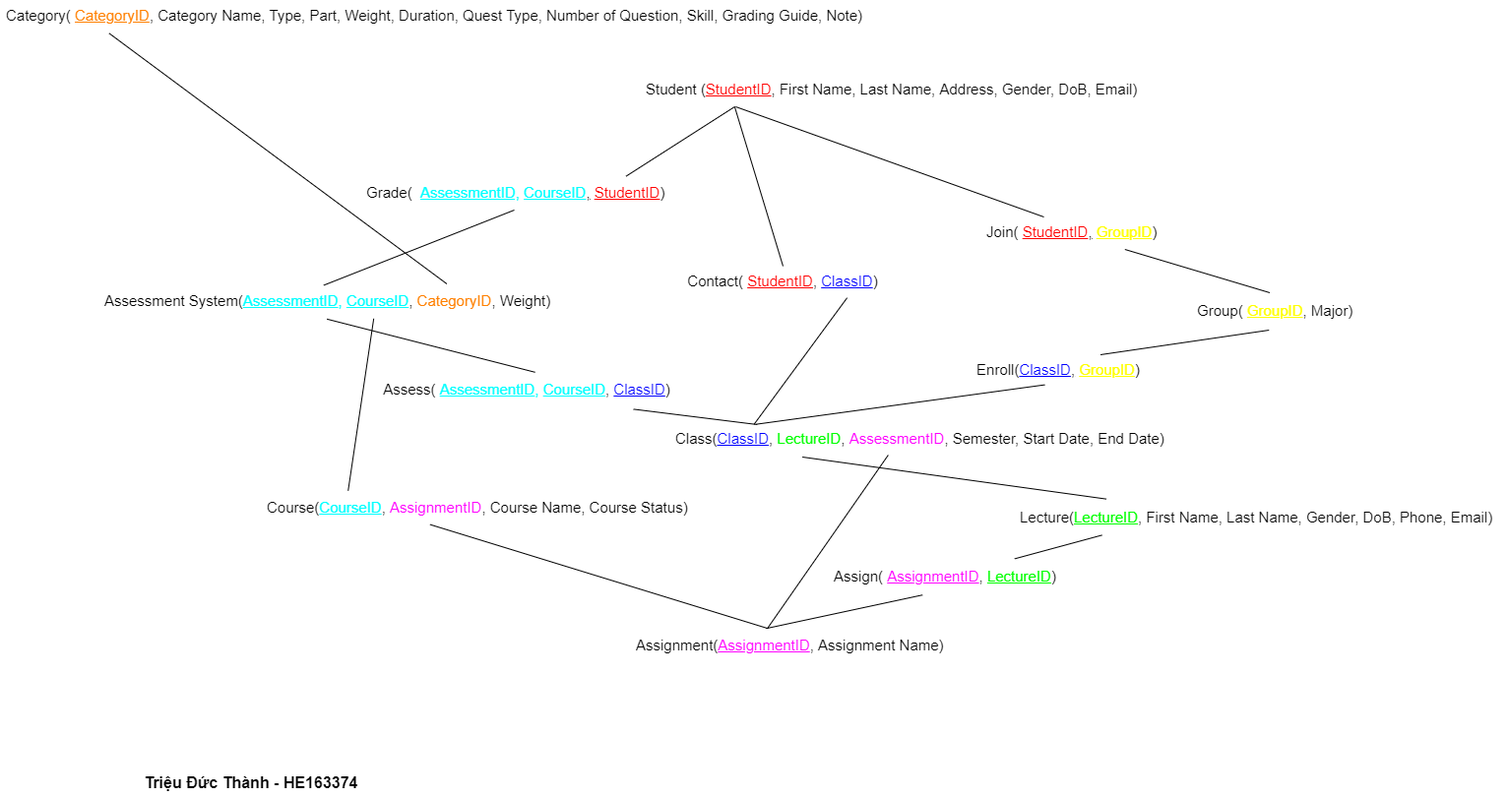
Earlier version of the draw.io export Tables_Assignment_DBI.png (thajnh30cm/DBI202_ASG). Source tidied: cells renumbered, new cells last; positions are measured from the earlier drawing's top-left corner, leaving out a move shared by most shapes. The source it was exported from:
```xml
<mxGraphModel>
  <root>
    <mxCell id="0" />
    <mxCell id="1" parent="0" />
    <mxCell id="2" value="Student (&lt;u style=&quot;font-size: 15px;&quot;&gt;&lt;font color=&quot;#ff0000&quot; style=&quot;font-size: 15px;&quot;&gt;StudentID&lt;/font&gt;&lt;/u&gt;, First Name, Last Name, Address, Gender, DoB, Email)" style="text;spacingLeft=4;spacingRight=4;overflow=hidden;points=[[0,0.5],[1,0.5]];portConstraint=eastwest;fontSize=15;fontStyle=0;html=1;" parent="1" vertex="1">
      <mxGeometry x="650" y="75" width="510" height="30" as="geometry" />
    </mxCell>
    <mxCell id="3" value="Lecture(&lt;u style=&quot;font-size: 15px;&quot;&gt;&lt;font color=&quot;#00ff00&quot;&gt;LectureID&lt;/font&gt;&lt;/u&gt;, First Name, Last Name, Gender, DoB, Phone, Email)" style="text;strokeColor=none;fillColor=none;spacingLeft=4;spacingRight=4;overflow=hidden;points=[[0,0.5],[1,0.5]];portConstraint=eastwest;fontSize=15;html=1;" parent="1" vertex="1">
      <mxGeometry x="1030" y="510" width="500" height="30" as="geometry" />
    </mxCell>
    <mxCell id="4" value="Group( &lt;u style=&quot;font-size: 15px;&quot;&gt;&lt;font color=&quot;#ffff00&quot;&gt;GroupID&lt;/font&gt;&lt;/u&gt;, Major)" style="text;strokeColor=none;fillColor=none;spacingLeft=4;spacingRight=4;overflow=hidden;points=[[0,0.5],[1,0.5]];portConstraint=eastwest;fontSize=15;html=1;" parent="1" vertex="1">
      <mxGeometry x="1210" y="300" width="250" height="30" as="geometry" />
    </mxCell>
    <mxCell id="5" value="Course(&lt;u style=&quot;font-size: 15px;&quot;&gt;&lt;font color=&quot;#00ffff&quot;&gt;CourseID&lt;/font&gt;&lt;/u&gt;, &lt;font color=&quot;#ff00ff&quot;&gt;AssignmentID&lt;/font&gt;, Course Name, Course Status)" style="text;strokeColor=none;fillColor=none;spacingLeft=4;spacingRight=4;overflow=hidden;points=[[0,0.5],[1,0.5]];portConstraint=eastwest;fontSize=15;html=1;" parent="1" vertex="1">
      <mxGeometry x="265" y="500" width="450" height="30" as="geometry" />
    </mxCell>
    <mxCell id="6" value="Class(&lt;u style=&quot;font-size: 15px;&quot;&gt;&lt;font color=&quot;#0000ff&quot;&gt;ClassID&lt;/font&gt;&lt;/u&gt;, &lt;font color=&quot;#00ff00&quot;&gt;LectureID&lt;/font&gt;, &lt;font color=&quot;#ff00ff&quot;&gt;AssessmentID&lt;/font&gt;, Semester, Start Date, End Date)" style="text;strokeColor=none;fillColor=none;spacingLeft=4;spacingRight=4;overflow=hidden;points=[[0,0.5],[1,0.5]];portConstraint=eastwest;fontSize=15;fontStyle=0;fontColor=default;verticalAlign=top;horizontal=1;html=1;" parent="1" vertex="1">
      <mxGeometry x="680" y="430" width="510" height="30" as="geometry" />
    </mxCell>
    <mxCell id="7" value="Category( &lt;u style=&quot;font-size: 15px;&quot;&gt;&lt;font color=&quot;#ff8000&quot;&gt;CategoryID&lt;/font&gt;&lt;/u&gt;, Category Name, Type, Part, Weight, Duration, Quest Type, Number of Question, Skill, Grading Guide, Note)" style="text;strokeColor=none;fillColor=none;spacingLeft=4;spacingRight=4;overflow=hidden;points=[[0,0.5],[1,0.5]];portConstraint=eastwest;fontSize=15;html=1;" parent="1" vertex="1">
      <mxGeometry width="890" height="30" as="geometry" />
    </mxCell>
    <mxCell id="8" value="Assessment System(&lt;font color=&quot;#00ffff&quot;&gt;&lt;u style=&quot;font-size: 15px;&quot;&gt;AssessmentID&lt;/u&gt;, &lt;u style=&quot;font-size: 15px;&quot;&gt;CourseID&lt;/u&gt;&lt;/font&gt;, &lt;font color=&quot;#ff8000&quot;&gt;CategoryID&lt;/font&gt;, Weight)" style="text;strokeColor=none;fillColor=none;spacingLeft=4;spacingRight=4;overflow=hidden;points=[[0,0.5],[1,0.5]];portConstraint=eastwest;fontSize=15;html=1;" parent="1" vertex="1">
      <mxGeometry x="100" y="290" width="470" height="30" as="geometry" />
    </mxCell>
    <mxCell id="9" value="Assignment(&lt;u style=&quot;font-size: 15px;&quot;&gt;&lt;font color=&quot;#ff00ff&quot;&gt;AssignmentID&lt;/font&gt;&lt;/u&gt;, Assignment Name)" style="text;strokeColor=none;fillColor=none;spacingLeft=4;spacingRight=4;overflow=hidden;points=[[0,0.5],[1,0.5]];portConstraint=eastwest;fontSize=15;html=1;" parent="1" vertex="1">
      <mxGeometry x="640" y="640" width="330" height="30" as="geometry" />
    </mxCell>
    <mxCell id="10" value="Join( &lt;u style=&quot;font-size: 15px;&quot;&gt;&lt;font color=&quot;#ff0000&quot;&gt;StudentID&lt;/font&gt;,&lt;/u&gt;&lt;span style=&quot;font-size: 15px;&quot;&gt; &lt;u&gt;&lt;font color=&quot;#ffff00&quot;&gt;GroupID&lt;/font&gt;&lt;/u&gt;&lt;/span&gt;)" style="text;html=1;strokeColor=none;fillColor=none;align=left;verticalAlign=middle;whiteSpace=wrap;rounded=0;fontSize=15;fontColor=default;" parent="1" vertex="1">
      <mxGeometry x="1000" y="220" width="240" height="30" as="geometry" />
    </mxCell>
    <mxCell id="11" value="Grade( &amp;nbsp;&lt;u&gt;&lt;font color=&quot;#00ffff&quot;&gt;AssessmentID,&lt;/font&gt;&lt;/u&gt; &lt;u&gt;&lt;font color=&quot;#00ffff&quot;&gt;CourseID&lt;/font&gt;,&lt;/u&gt;&amp;nbsp;&lt;u&gt;&lt;font color=&quot;#ff0000&quot;&gt;StudentID&lt;/font&gt;&lt;/u&gt;)" style="text;html=1;strokeColor=none;fillColor=none;align=left;verticalAlign=middle;whiteSpace=wrap;rounded=0;fontSize=15;fontColor=default;" parent="1" vertex="1">
      <mxGeometry x="370" y="180" width="320" height="30" as="geometry" />
    </mxCell>
    <mxCell id="12" value="Contact( &lt;u&gt;&lt;font color=&quot;#ff0000&quot;&gt;StudentID&lt;/font&gt;,&lt;/u&gt; &lt;u&gt;&lt;font color=&quot;#0000ff&quot;&gt;ClassID&lt;/font&gt;&lt;/u&gt;)" style="text;html=1;strokeColor=none;fillColor=none;align=center;verticalAlign=middle;whiteSpace=wrap;rounded=0;fontSize=15;fontColor=default;" parent="1" vertex="1">
      <mxGeometry x="620" y="270" width="350" height="30" as="geometry" />
    </mxCell>
    <mxCell id="13" value="Enroll(&lt;u&gt;&lt;font color=&quot;#0000ff&quot;&gt;ClassID&lt;/font&gt;,&lt;/u&gt; &lt;u&gt;&lt;font color=&quot;#ffff00&quot;&gt;GroupID&lt;/font&gt;&lt;/u&gt;)" style="text;html=1;strokeColor=none;fillColor=none;align=center;verticalAlign=middle;whiteSpace=wrap;rounded=0;fontSize=15;fontColor=default;" parent="1" vertex="1">
      <mxGeometry x="990" y="360" width="170" height="30" as="geometry" />
    </mxCell>
    <mxCell id="14" value="Assess(&amp;nbsp;&lt;font color=&quot;#00ffff&quot;&gt;&lt;u&gt;AssessmentID&lt;/u&gt;, &lt;u&gt;CourseID&lt;/u&gt;&lt;/font&gt;,&amp;nbsp;&lt;u&gt;&lt;font color=&quot;#0000ff&quot;&gt;ClassID&lt;/font&gt;&lt;/u&gt;)" style="text;html=1;strokeColor=none;fillColor=none;align=center;verticalAlign=middle;whiteSpace=wrap;rounded=0;fontSize=15;fontColor=default;" parent="1" vertex="1">
      <mxGeometry x="380" y="380" width="310" height="30" as="geometry" />
    </mxCell>
    <mxCell id="15" value="Assign( &lt;u&gt;&lt;font color=&quot;#ff00ff&quot;&gt;AssignmentID&lt;/font&gt;,&lt;/u&gt;&amp;nbsp;&lt;u&gt;&lt;font color=&quot;#00ff00&quot;&gt;LectureID&lt;/font&gt;&lt;/u&gt;)" style="text;html=1;strokeColor=none;fillColor=none;align=center;verticalAlign=middle;whiteSpace=wrap;rounded=0;fontSize=15;fontColor=default;" parent="1" vertex="1">
      <mxGeometry x="840" y="570" width="240" height="30" as="geometry" />
    </mxCell>
    <mxCell id="16" style="endArrow=none;html=1;rounded=0;fontSize=15;fontColor=default;exitX=0.83;exitY=-0.047;exitDx=0;exitDy=0;entryX=0.188;entryY=1.1;entryDx=0;entryDy=0;entryPerimeter=0;exitPerimeter=0;" parent="1" edge="1" source="11" target="2">
      <mxGeometry relative="1" as="geometry" />
    </mxCell>
    <mxCell id="17" style="endArrow=none;html=1;rounded=0;fontSize=15;fontColor=default;exitX=0.5;exitY=0;exitDx=0;exitDy=0;entryX=0.188;entryY=1.1;entryDx=0;entryDy=0;entryPerimeter=0;" parent="1" edge="1" source="12" target="2">
      <mxGeometry relative="1" as="geometry" />
    </mxCell>
    <mxCell id="18" style="endArrow=none;html=1;rounded=0;fontSize=15;fontColor=default;entryX=0.318;entryY=-0.1;entryDx=0;entryDy=0;entryPerimeter=0;exitX=0.593;exitY=1.1;exitDx=0;exitDy=0;exitPerimeter=0;" parent="1" edge="1" source="10" target="4">
      <mxGeometry relative="1" as="geometry" />
    </mxCell>
    <mxCell id="19" style="endArrow=none;html=1;rounded=0;fontSize=15;fontColor=default;exitX=0.25;exitY=0;exitDx=0;exitDy=0;entryX=0.19;entryY=1.1;entryDx=0;entryDy=0;entryPerimeter=0;" parent="1" edge="1" source="10" target="2">
      <mxGeometry relative="1" as="geometry" />
    </mxCell>
    <mxCell id="20" style="endArrow=none;html=1;rounded=0;fontSize=15;fontColor=default;entryX=0.686;entryY=1.073;entryDx=0;entryDy=0;entryPerimeter=0;exitX=0.168;exitY=0.02;exitDx=0;exitDy=0;exitPerimeter=0;" parent="1" edge="1" source="6" target="12">
      <mxGeometry relative="1" as="geometry" />
    </mxCell>
    <mxCell id="21" style="endArrow=none;html=1;rounded=0;fontSize=15;fontColor=default;entryX=0.173;entryY=0.02;entryDx=0;entryDy=0;entryPerimeter=0;exitX=0.417;exitY=1.02;exitDx=0;exitDy=0;exitPerimeter=0;" parent="1" edge="1" source="13" target="6">
      <mxGeometry relative="1" as="geometry" />
    </mxCell>
    <mxCell id="22" style="endArrow=none;html=1;rounded=0;fontSize=15;fontColor=default;entryX=0.315;entryY=1.167;entryDx=0;entryDy=0;entryPerimeter=0;exitX=0.75;exitY=0;exitDx=0;exitDy=0;" parent="1" edge="1" source="13" target="4">
      <mxGeometry relative="1" as="geometry" />
    </mxCell>
    <mxCell id="23" style="endArrow=none;html=1;rounded=0;fontSize=15;fontColor=default;entryX=0.475;entryY=1.1;entryDx=0;entryDy=0;entryPerimeter=0;exitX=0.486;exitY=-0.02;exitDx=0;exitDy=0;exitPerimeter=0;" parent="1" edge="1" source="8" target="11">
      <mxGeometry relative="1" as="geometry" />
    </mxCell>
    <mxCell id="24" style="endArrow=none;html=1;rounded=0;fontSize=15;fontColor=default;entryX=0.849;entryY=1.18;entryDx=0;entryDy=0;entryPerimeter=0;exitX=0.174;exitY=0.033;exitDx=0;exitDy=0;exitPerimeter=0;" parent="1" edge="1" source="6" target="14">
      <mxGeometry relative="1" as="geometry" />
    </mxCell>
    <mxCell id="25" style="endArrow=none;html=1;rounded=0;fontSize=15;fontColor=default;entryX=0.526;entryY=-0.073;entryDx=0;entryDy=0;entryPerimeter=0;exitX=0.493;exitY=1.127;exitDx=0;exitDy=0;exitPerimeter=0;" parent="1" edge="1" source="8" target="14">
      <mxGeometry relative="1" as="geometry" />
    </mxCell>
    <mxCell id="26" style="endArrow=none;html=1;rounded=0;fontSize=15;fontColor=default;entryX=0.178;entryY=1.113;entryDx=0;entryDy=0;entryPerimeter=0;exitX=0.793;exitY=-0.087;exitDx=0;exitDy=0;exitPerimeter=0;" parent="1" edge="1" source="15" target="3">
      <mxGeometry relative="1" as="geometry" />
    </mxCell>
    <mxCell id="27" style="endArrow=none;html=1;rounded=0;fontSize=15;fontColor=default;exitX=0.418;exitY=-0.06;exitDx=0;exitDy=0;exitPerimeter=0;entryX=0.403;entryY=1.14;entryDx=0;entryDy=0;entryPerimeter=0;" parent="1" edge="1" source="9" target="15">
      <mxGeometry relative="1" as="geometry" />
    </mxCell>
    <mxCell id="28" style="endArrow=none;html=1;rounded=0;fontSize=15;fontColor=default;entryX=0.423;entryY=-0.06;entryDx=0;entryDy=0;entryPerimeter=0;exitX=0.381;exitY=1.087;exitDx=0;exitDy=0;exitPerimeter=0;" parent="1" edge="1" source="5" target="9">
      <mxGeometry relative="1" as="geometry" />
    </mxCell>
    <mxCell id="29" style="endArrow=none;html=1;rounded=0;fontSize=15;fontColor=default;exitX=0.196;exitY=-0.06;exitDx=0;exitDy=0;exitPerimeter=0;entryX=0.594;entryY=1.111;entryDx=0;entryDy=0;entryPerimeter=0;" parent="1" edge="1" source="5" target="8">
      <mxGeometry relative="1" as="geometry" />
    </mxCell>
    <mxCell id="30" style="endArrow=none;html=1;rounded=0;fontSize=15;fontColor=default;exitX=0.752;exitY=-0.067;exitDx=0;exitDy=0;exitPerimeter=0;entryX=0.124;entryY=1.111;entryDx=0;entryDy=0;entryPerimeter=0;" parent="1" edge="1" source="8" target="7">
      <mxGeometry relative="1" as="geometry" />
    </mxCell>
    <mxCell id="31" style="endArrow=none;html=1;rounded=0;fontSize=15;fontColor=default;entryX=0.187;entryY=-0.111;entryDx=0;entryDy=0;entryPerimeter=0;exitX=0.264;exitY=1.133;exitDx=0;exitDy=0;exitPerimeter=0;" parent="1" edge="1" source="6" target="3">
      <mxGeometry relative="1" as="geometry" />
    </mxCell>
    <mxCell id="32" style="endArrow=none;html=1;rounded=0;fontSize=15;fontColor=#FF00FF;exitX=0.422;exitY=-0.067;exitDx=0;exitDy=0;exitPerimeter=0;entryX=0.435;entryY=1.067;entryDx=0;entryDy=0;entryPerimeter=0;" parent="1" edge="1" source="9" target="6">
      <mxGeometry relative="1" as="geometry" />
    </mxCell>
    <mxCell id="33" value="Triệu Đức Thành - HE163374" style="text;html=1;strokeColor=none;fillColor=none;align=center;verticalAlign=middle;whiteSpace=wrap;rounded=0;labelBackgroundColor=#FFFFFF;fontSize=16;fontColor=#000000;fontStyle=1;" parent="1" vertex="1">
      <mxGeometry x="140" y="780" width="230" height="30" as="geometry" />
    </mxCell>
  </root>
</mxGraphModel>
```
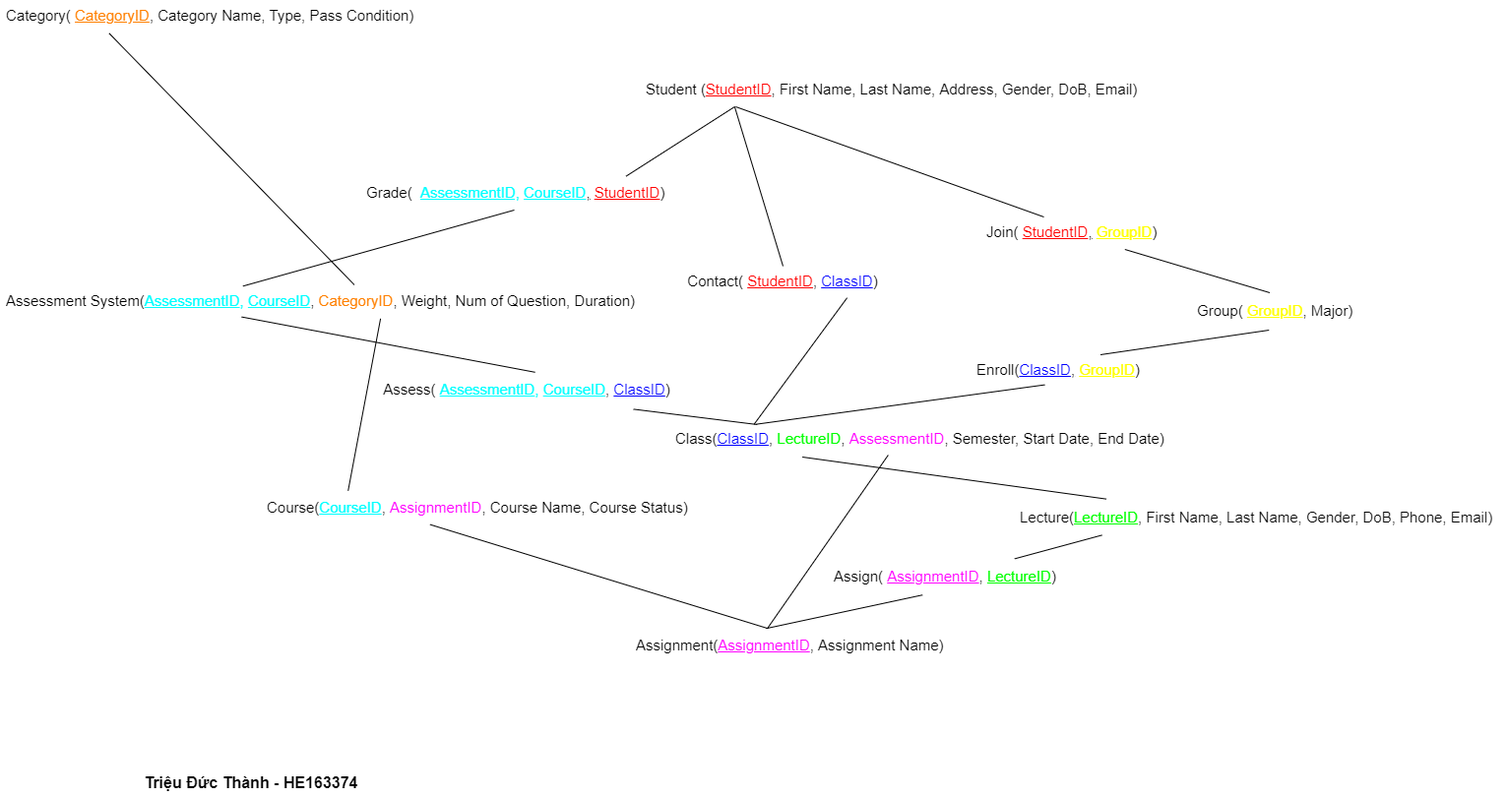
Above is the later version.

Change to the diagram source:
```diff
@@ -17,11 +17,11 @@
     <mxCell id="6" value="Class(&lt;u style=&quot;font-size: 15px;&quot;&gt;&lt;font color=&quot;#0000ff&quot;&gt;ClassID&lt;/font&gt;&lt;/u&gt;, &lt;font color=&quot;#00ff00&quot;&gt;LectureID&lt;/font&gt;, &lt;font color=&quot;#ff00ff&quot;&gt;AssessmentID&lt;/font&gt;, Semester, Start Date, End Date)" style="text;strokeColor=none;fillColor=none;spacingLeft=4;spacingRight=4;overflow=hidden;points=[[0,0.5],[1,0.5]];portConstraint=eastwest;fontSize=15;fontStyle=0;fontColor=default;verticalAlign=top;horizontal=1;html=1;" parent="1" vertex="1">
       <mxGeometry x="680" y="430" width="510" height="30" as="geometry" />
     </mxCell>
-    <mxCell id="7" value="Category( &lt;u style=&quot;font-size: 15px;&quot;&gt;&lt;font color=&quot;#ff8000&quot;&gt;CategoryID&lt;/font&gt;&lt;/u&gt;, Category Name, Type, Part, Weight, Duration, Quest Type, Number of Question, Skill, Grading Guide, Note)" style="text;strokeColor=none;fillColor=none;spacingLeft=4;spacingRight=4;overflow=hidden;points=[[0,0.5],[1,0.5]];portConstraint=eastwest;fontSize=15;html=1;" parent="1" vertex="1">
+    <mxCell id="7" value="Category( &lt;u style=&quot;font-size: 15px;&quot;&gt;&lt;font color=&quot;#ff8000&quot;&gt;CategoryID&lt;/font&gt;&lt;/u&gt;, Category Name, Type, Pass Condition)" style="text;strokeColor=none;fillColor=none;spacingLeft=4;spacingRight=4;overflow=hidden;points=[[0,0.5],[1,0.5]];portConstraint=eastwest;fontSize=15;html=1;" parent="1" vertex="1">
       <mxGeometry width="890" height="30" as="geometry" />
     </mxCell>
-    <mxCell id="8" value="Assessment System(&lt;font color=&quot;#00ffff&quot;&gt;&lt;u style=&quot;font-size: 15px;&quot;&gt;AssessmentID&lt;/u&gt;, &lt;u style=&quot;font-size: 15px;&quot;&gt;CourseID&lt;/u&gt;&lt;/font&gt;, &lt;font color=&quot;#ff8000&quot;&gt;CategoryID&lt;/font&gt;, Weight)" style="text;strokeColor=none;fillColor=none;spacingLeft=4;spacingRight=4;overflow=hidden;points=[[0,0.5],[1,0.5]];portConstraint=eastwest;fontSize=15;html=1;" parent="1" vertex="1">
-      <mxGeometry x="100" y="290" width="470" height="30" as="geometry" />
+    <mxCell id="8" value="Assessment System(&lt;font color=&quot;#00ffff&quot;&gt;&lt;u style=&quot;font-size: 15px;&quot;&gt;AssessmentID&lt;/u&gt;, &lt;u style=&quot;font-size: 15px;&quot;&gt;CourseID&lt;/u&gt;&lt;/font&gt;, &lt;font color=&quot;#ff8000&quot;&gt;CategoryID&lt;/font&gt;, Weight, Num of Question, Duration)" style="text;strokeColor=none;fillColor=none;spacingLeft=4;spacingRight=4;overflow=hidden;points=[[0,0.5],[1,0.5]];portConstraint=eastwest;fontSize=15;html=1;" parent="1" vertex="1">
+      <mxGeometry y="290" width="650" height="30" as="geometry" />
     </mxCell>
     <mxCell id="9" value="Assignment(&lt;u style=&quot;font-size: 15px;&quot;&gt;&lt;font color=&quot;#ff00ff&quot;&gt;AssignmentID&lt;/font&gt;&lt;/u&gt;, Assignment Name)" style="text;strokeColor=none;fillColor=none;spacingLeft=4;spacingRight=4;overflow=hidden;points=[[0,0.5],[1,0.5]];portConstraint=eastwest;fontSize=15;html=1;" parent="1" vertex="1">
       <mxGeometry x="640" y="640" width="330" height="30" as="geometry" />
@@ -65,13 +65,13 @@
     <mxCell id="22" style="endArrow=none;html=1;rounded=0;fontSize=15;fontColor=default;entryX=0.315;entryY=1.167;entryDx=0;entryDy=0;entryPerimeter=0;exitX=0.75;exitY=0;exitDx=0;exitDy=0;" parent="1" edge="1" source="13" target="4">
       <mxGeometry relative="1" as="geometry" />
     </mxCell>
-    <mxCell id="23" style="endArrow=none;html=1;rounded=0;fontSize=15;fontColor=default;entryX=0.475;entryY=1.1;entryDx=0;entryDy=0;entryPerimeter=0;exitX=0.486;exitY=-0.02;exitDx=0;exitDy=0;exitPerimeter=0;" parent="1" edge="1" source="8" target="11">
+    <mxCell id="23" style="endArrow=none;html=1;rounded=0;fontSize=15;fontColor=default;entryX=0.475;entryY=1.1;entryDx=0;entryDy=0;entryPerimeter=0;exitX=0.379;exitY=0.01;exitDx=0;exitDy=0;exitPerimeter=0;" parent="1" edge="1" source="8" target="11">
       <mxGeometry relative="1" as="geometry" />
     </mxCell>
     <mxCell id="24" style="endArrow=none;html=1;rounded=0;fontSize=15;fontColor=default;entryX=0.849;entryY=1.18;entryDx=0;entryDy=0;entryPerimeter=0;exitX=0.174;exitY=0.033;exitDx=0;exitDy=0;exitPerimeter=0;" parent="1" edge="1" source="6" target="14">
       <mxGeometry relative="1" as="geometry" />
     </mxCell>
-    <mxCell id="25" style="endArrow=none;html=1;rounded=0;fontSize=15;fontColor=default;entryX=0.526;entryY=-0.073;entryDx=0;entryDy=0;entryPerimeter=0;exitX=0.493;exitY=1.127;exitDx=0;exitDy=0;exitPerimeter=0;" parent="1" edge="1" source="8" target="14">
+    <mxCell id="25" style="endArrow=none;html=1;rounded=0;fontSize=15;fontColor=default;entryX=0.526;entryY=-0.073;entryDx=0;entryDy=0;entryPerimeter=0;exitX=0.377;exitY=1.054;exitDx=0;exitDy=0;exitPerimeter=0;" parent="1" edge="1" source="8" target="14">
       <mxGeometry relative="1" as="geometry" />
     </mxCell>
     <mxCell id="26" style="endArrow=none;html=1;rounded=0;fontSize=15;fontColor=default;entryX=0.178;entryY=1.113;entryDx=0;entryDy=0;entryPerimeter=0;exitX=0.793;exitY=-0.087;exitDx=0;exitDy=0;exitPerimeter=0;" parent="1" edge="1" source="15" target="3">
@@ -86,7 +86,7 @@
     <mxCell id="29" style="endArrow=none;html=1;rounded=0;fontSize=15;fontColor=default;exitX=0.196;exitY=-0.06;exitDx=0;exitDy=0;exitPerimeter=0;entryX=0.594;entryY=1.111;entryDx=0;entryDy=0;entryPerimeter=0;" parent="1" edge="1" source="5" target="8">
       <mxGeometry relative="1" as="geometry" />
     </mxCell>
-    <mxCell id="30" style="endArrow=none;html=1;rounded=0;fontSize=15;fontColor=default;exitX=0.752;exitY=-0.067;exitDx=0;exitDy=0;exitPerimeter=0;entryX=0.124;entryY=1.111;entryDx=0;entryDy=0;entryPerimeter=0;" parent="1" edge="1" source="8" target="7">
+    <mxCell id="30" style="endArrow=none;html=1;rounded=0;fontSize=15;fontColor=default;exitX=0.553;exitY=-0.036;exitDx=0;exitDy=0;exitPerimeter=0;entryX=0.124;entryY=1.111;entryDx=0;entryDy=0;entryPerimeter=0;" parent="1" edge="1" source="8" target="7">
       <mxGeometry relative="1" as="geometry" />
     </mxCell>
     <mxCell id="31" style="endArrow=none;html=1;rounded=0;fontSize=15;fontColor=default;entryX=0.187;entryY=-0.111;entryDx=0;entryDy=0;entryPerimeter=0;exitX=0.264;exitY=1.133;exitDx=0;exitDy=0;exitPerimeter=0;" parent="1" edge="1" source="6" target="3">
```
